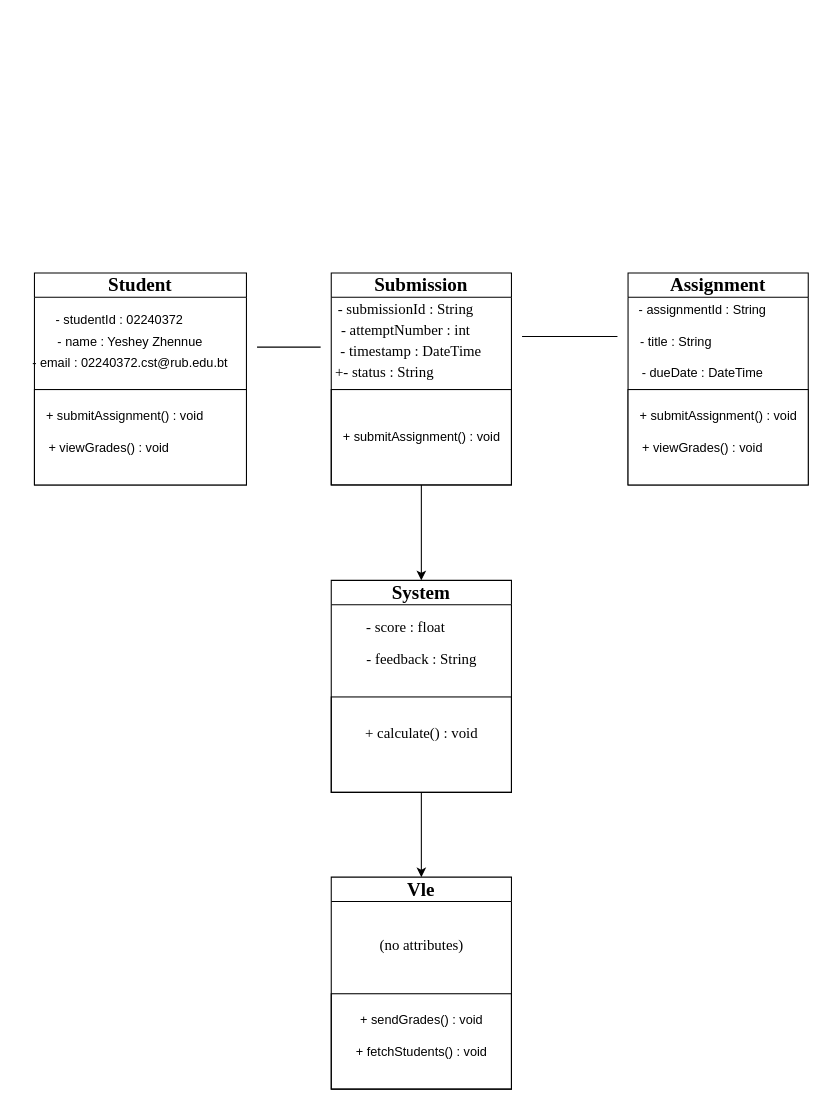
Before: practicals/practical_3/OD.drawio in Zhennue/SS2026_SDA202_02240372, a draw.io diagram. Source tidied: cells renumbered, new cells numbered last; positions are measured from the earlier drawing's top-left corner, leaving out a move shared by most shapes. Both pictures are drawn from the tidied source at 106%, with x=0, y=0 at pixel (18, 272).
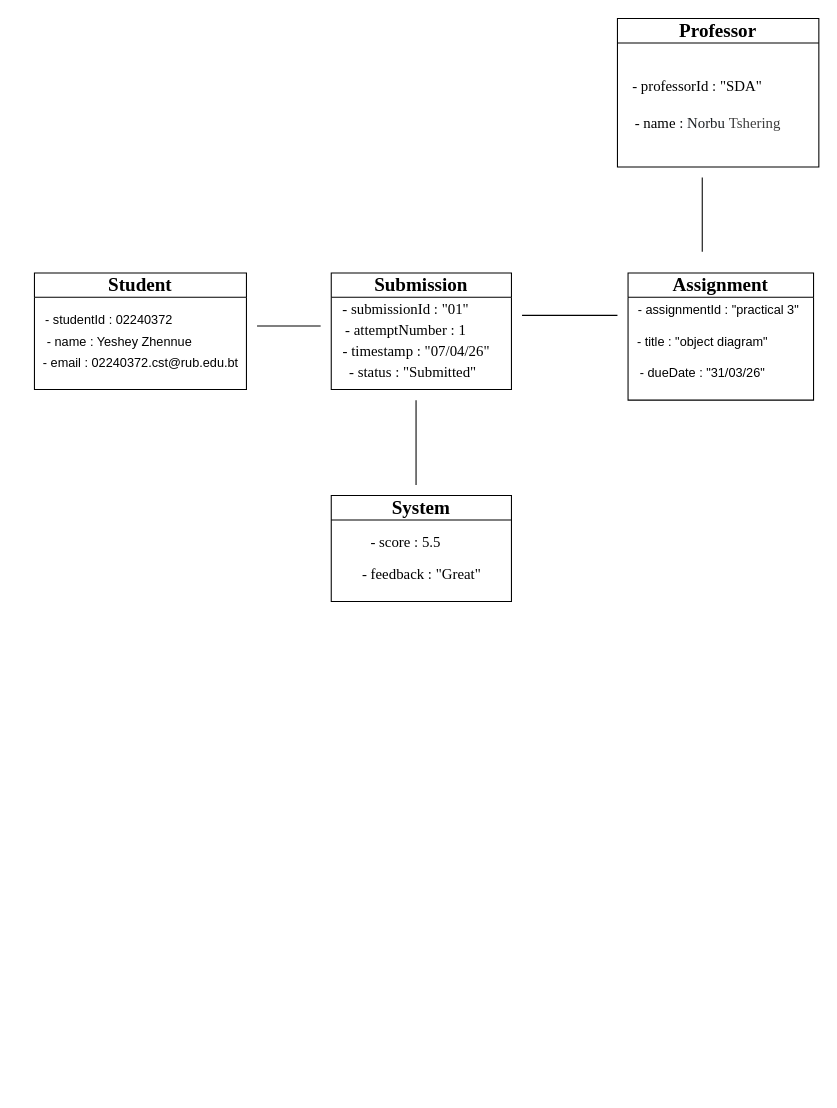
Above is the later version.

The change refers to these unchanged cells:
```xml
<mxCell id="6" style="group;" parent="1" vertex="1">
  <mxGeometry x="15" width="200" height="200" as="geometry" />
</mxCell>
<mxCell id="14" style="group;" parent="1" vertex="1">
  <mxGeometry x="295" width="170" height="200" as="geometry" />
</mxCell>
```

Change to the diagram source:
```diff
@@
     <mxCell id="2" style="endArrow=none;html=1;" parent="1" edge="1">
       <mxGeometry relative="1" as="geometry">
-        <mxPoint x="225" y="70" as="sourcePoint" />
-        <mxPoint x="285" y="70" as="targetPoint" />
+        <mxPoint x="225" y="50" as="sourcePoint" />
+        <mxPoint x="285" y="50" as="targetPoint" />
       </mxGeometry>
     </mxCell>
     <mxCell id="3" style="endArrow=none;html=1;" parent="1" edge="1">
       <mxGeometry relative="1" as="geometry">
-        <mxPoint x="475" y="60" as="sourcePoint" />
-        <mxPoint x="565" y="60" as="targetPoint" />
+        <mxPoint x="475" y="40" as="sourcePoint" />
+        <mxPoint x="565" y="40" as="targetPoint" />
       </mxGeometry>
     </mxCell>
-    <mxCell id="4" style="edgeStyle=none;html=1;entryX=0.5;entryY=0;entryDx=0;entryDy=0;" parent="1" edge="1" source="15" target="32">
-      <mxGeometry relative="1" as="geometry" />
-    </mxCell>
-    <mxCell id="5" style="edgeStyle=none;html=1;entryX=0.5;entryY=0;entryDx=0;entryDy=0;" parent="1" edge="1" source="32" target="38">
-      <mxGeometry relative="1" as="geometry" />
-    </mxCell>
@@
     <mxCell id="7" value="&lt;font style=&quot;font-size: 18px;&quot; face=&quot;Times New Roman&quot;&gt;Student&lt;/font&gt;" style="swimlane;whiteSpace=wrap;html=1;startSize=23;" parent="6" vertex="1">
-      <mxGeometry width="200" height="200" as="geometry" />
+      <mxGeometry width="200" height="110" as="geometry" />
     </mxCell>
     <mxCell id="8" value="- studentId : 02240372" style="text;html=1;align=center;verticalAlign=middle;strokeColor=none;fillColor=none;" parent="7" vertex="1">
-      <mxGeometry x="10" y="30" width="140" height="30" as="geometry" />
+      <mxGeometry y="30" width="140" height="30" as="geometry" />
     </mxCell>
     <mxCell id="9" value="- name : Yeshey Zhennue" style="text;html=1;align=center;verticalAlign=middle;strokeColor=none;fillColor=none;" parent="7" vertex="1">
-      <mxGeometry x="10" y="50" width="160" height="30" as="geometry" />
+      <mxGeometry y="50" width="160" height="30" as="geometry" />
     </mxCell>
     <mxCell id="10" value="- email : 02240372.cst@rub.edu.bt" style="text;html=1;align=center;verticalAlign=middle;strokeColor=none;fillColor=none;" parent="7" vertex="1">
-      <mxGeometry x="-15" y="70" width="210" height="30" as="geometry" />
+      <mxGeometry x="-5" y="70" width="210" height="30" as="geometry" />
     </mxCell>
-    <mxCell id="11" style="rounded=0;whiteSpace=wrap;html=1;" parent="6" vertex="1">
-      <mxGeometry y="110" width="200" height="90" as="geometry" />
-    </mxCell>
-    <mxCell id="12" value="+ submitAssignment() : void&lt;br&gt;&lt;font face=&quot;Times New Roman&quot; style=&quot;font-size: 14px;&quot;&gt;&lt;/font&gt;" style="text;html=1;align=center;verticalAlign=middle;strokeColor=none;fillColor=none;" parent="6" vertex="1">
-      <mxGeometry y="120" width="170" height="30" as="geometry" />
-    </mxCell>
-    <mxCell id="13" value="&lt;span style=&quot;color: rgb(0, 0, 0);&quot;&gt;+ viewGrades() : void&lt;/span&gt;" style="text;html=1;align=center;verticalAlign=middle;strokeColor=none;fillColor=none;" parent="6" vertex="1">
-      <mxGeometry y="150" width="140" height="30" as="geometry" />
-    </mxCell>
@@
-    <mxCell id="15" style="rounded=0;whiteSpace=wrap;html=1;" parent="14" vertex="1">
-      <mxGeometry y="110" width="170" height="90" as="geometry" />
-    </mxCell>
     <mxCell id="16" value="&lt;font style=&quot;font-size: 18px;&quot; face=&quot;Times New Roman&quot;&gt;Submission&lt;/font&gt;" style="swimlane;whiteSpace=wrap;html=1;startSize=23;" parent="14" vertex="1">
-      <mxGeometry width="170" height="200" as="geometry" />
+      <mxGeometry width="170" height="110" as="geometry" />
     </mxCell>
-    <mxCell id="17" value="&lt;font face=&quot;Times New Roman&quot; style=&quot;font-size: 14px;&quot;&gt;- submissionId : String&lt;/font&gt;" style="text;html=1;align=center;verticalAlign=middle;strokeColor=none;fillColor=none;" parent="16" vertex="1">
-      <mxGeometry x="-5" y="20" width="150" height="30" as="geometry" />
+    <mxCell id="17" value="&lt;font face=&quot;Times New Roman&quot; style=&quot;font-size: 14px;&quot;&gt;- submissionId : &quot;01&quot;&lt;/font&gt;" style="text;html=1;align=center;verticalAlign=middle;strokeColor=none;fillColor=none;" parent="16" vertex="1">
+      <mxGeometry y="20" width="140" height="30" as="geometry" />
     </mxCell>
-    <mxCell id="18" value="&lt;span style=&quot;color: rgb(0, 0, 0);&quot;&gt;&lt;font face=&quot;Times New Roman&quot; style=&quot;font-size: 14px;&quot;&gt;- attemptNumber : int&lt;/font&gt;&lt;/span&gt;" style="text;html=1;align=center;verticalAlign=middle;strokeColor=none;fillColor=none;" parent="16" vertex="1">
-      <mxGeometry x="-5" y="40" width="150" height="30" as="geometry" />
+    <mxCell id="18" value="&lt;span style=&quot;color: rgb(0, 0, 0);&quot;&gt;&lt;font face=&quot;Times New Roman&quot; style=&quot;font-size: 14px;&quot;&gt;- attemptNumber : 1&lt;/font&gt;&lt;/span&gt;" style="text;html=1;align=center;verticalAlign=middle;strokeColor=none;fillColor=none;" parent="16" vertex="1">
+      <mxGeometry y="40" width="140" height="30" as="geometry" />
     </mxCell>
-    <mxCell id="19" value="&lt;span style=&quot;color: rgb(0, 0, 0); scrollbar-color: rgb(226, 226, 226) rgb(251, 251, 251);&quot;&gt;&lt;font face=&quot;Times New Roman&quot; style=&quot;font-size: 14px;&quot;&gt;- timestamp : DateTime&lt;/font&gt;&lt;/span&gt;" style="text;html=1;align=center;verticalAlign=middle;strokeColor=none;fillColor=none;" parent="16" vertex="1">
-      <mxGeometry x="-5" y="60" width="160" height="30" as="geometry" />
+    <mxCell id="19" value="&lt;span style=&quot;color: rgb(0, 0, 0); scrollbar-color: rgb(226, 226, 226) rgb(251, 251, 251);&quot;&gt;&lt;font face=&quot;Times New Roman&quot; style=&quot;font-size: 14px;&quot;&gt;- timestamp : &quot;07/04/26&quot;&lt;/font&gt;&lt;/span&gt;" style="text;html=1;align=center;verticalAlign=middle;strokeColor=none;fillColor=none;" parent="16" vertex="1">
+      <mxGeometry y="60" width="160" height="30" as="geometry" />
     </mxCell>
-    <mxCell id="20" value="&lt;span style=&quot;color: rgb(0, 0, 0);&quot;&gt;&lt;font style=&quot;font-size: 14px;&quot; face=&quot;Times New Roman&quot;&gt;+- status : String&lt;/font&gt;&lt;/span&gt;" style="text;html=1;align=center;verticalAlign=middle;strokeColor=none;fillColor=none;" parent="16" vertex="1">
-      <mxGeometry x="-10" y="80" width="120" height="30" as="geometry" />
+    <mxCell id="20" value="&lt;span style=&quot;color: rgb(0, 0, 0);&quot;&gt;&lt;font style=&quot;font-size: 14px;&quot; face=&quot;Times New Roman&quot;&gt;&amp;nbsp;- status : &quot;Submitted&quot;&lt;/font&gt;&lt;/span&gt;" style="text;html=1;align=center;verticalAlign=middle;strokeColor=none;fillColor=none;" parent="16" vertex="1">
+      <mxGeometry y="80" width="150" height="30" as="geometry" />
     </mxCell>
-    <mxCell id="21" value="+ submitAssignment() : void&lt;br&gt;&lt;font face=&quot;Times New Roman&quot; style=&quot;font-size: 14px;&quot;&gt;&lt;/font&gt;" style="text;html=1;align=center;verticalAlign=middle;strokeColor=none;fillColor=none;" parent="16" vertex="1">
-      <mxGeometry y="140" width="170" height="30" as="geometry" />
-    </mxCell>
+    <mxCell id="42" style="endArrow=none;html=1;" parent="14" edge="1">
+      <mxGeometry relative="1" as="geometry">
+        <mxPoint x="80" y="200" as="sourcePoint" />
+        <mxPoint x="80" y="120" as="targetPoint" />
+      </mxGeometry>
+    </mxCell>
     <mxCell id="22" style="group;" parent="1" vertex="1">
-      <mxGeometry x="575" width="170" height="200" as="geometry" />
+      <mxGeometry x="575" width="175" height="200" as="geometry" />
     </mxCell>
     <mxCell id="23" value="&lt;font style=&quot;font-size: 18px;&quot; face=&quot;Times New Roman&quot;&gt;Assignment&lt;/font&gt;" style="swimlane;whiteSpace=wrap;html=1;startSize=23;" parent="22" vertex="1">
-      <mxGeometry width="170" height="200" as="geometry" />
+      <mxGeometry width="175" height="120" as="geometry" />
     </mxCell>
-    <mxCell id="24" value="- assignmentId : String" style="text;html=1;align=center;verticalAlign=middle;strokeColor=none;fillColor=none;" parent="23" vertex="1">
-      <mxGeometry y="20" width="140" height="30" as="geometry" />
+    <mxCell id="24" value="- assignmentId : &quot;practical 3&quot;" style="text;html=1;align=center;verticalAlign=middle;strokeColor=none;fillColor=none;" parent="23" vertex="1">
+      <mxGeometry x="-5" y="20" width="180" height="30" as="geometry" />
     </mxCell>
-    <mxCell id="25" value="&lt;span style=&quot;color: rgb(0, 0, 0);&quot;&gt;- title : String&lt;/span&gt;" style="text;html=1;align=center;verticalAlign=middle;strokeColor=none;fillColor=none;" parent="23" vertex="1">
-      <mxGeometry y="50" width="90" height="30" as="geometry" />
+    <mxCell id="25" value="&lt;span style=&quot;color: rgb(0, 0, 0);&quot;&gt;- title : &quot;object diagram&quot;&lt;/span&gt;" style="text;html=1;align=center;verticalAlign=middle;strokeColor=none;fillColor=none;" parent="23" vertex="1">
+      <mxGeometry x="-5" y="50" width="150" height="30" as="geometry" />
     </mxCell>
-    <mxCell id="26" value="&lt;span style=&quot;color: rgb(0, 0, 0);&quot;&gt;- dueDate : DateTime&lt;/span&gt;" style="text;html=1;align=center;verticalAlign=middle;strokeColor=none;fillColor=none;" parent="23" vertex="1">
+    <mxCell id="26" value="&lt;span style=&quot;color: rgb(0, 0, 0);&quot;&gt;- dueDate : &quot;31/03/26&quot;&lt;/span&gt;" style="text;html=1;align=center;verticalAlign=middle;strokeColor=none;fillColor=none;" parent="23" vertex="1">
       <mxGeometry y="80" width="140" height="30" as="geometry" />
     </mxCell>
-    <mxCell id="27" style="rounded=0;whiteSpace=wrap;html=1;" parent="22" vertex="1">
-      <mxGeometry y="110" width="170" height="90" as="geometry" />
-    </mxCell>
-    <mxCell id="28" value="+ submitAssignment() : void&lt;br&gt;&lt;font face=&quot;Times New Roman&quot; style=&quot;font-size: 14px;&quot;&gt;&lt;/font&gt;" style="text;html=1;align=center;verticalAlign=middle;strokeColor=none;fillColor=none;" parent="22" vertex="1">
-      <mxGeometry y="120" width="170" height="30" as="geometry" />
-    </mxCell>
-    <mxCell id="29" value="&lt;span style=&quot;color: rgb(0, 0, 0);&quot;&gt;+ viewGrades() : void&lt;/span&gt;" style="text;html=1;align=center;verticalAlign=middle;strokeColor=none;fillColor=none;" parent="22" vertex="1">
-      <mxGeometry y="150" width="140" height="30" as="geometry" />
-    </mxCell>
     <mxCell id="30" style="group;" parent="1" vertex="1">
-      <mxGeometry x="295" y="290" width="170" height="200" as="geometry" />
+      <mxGeometry x="295" y="210" width="170" height="200" as="geometry" />
     </mxCell>
-    <mxCell id="31" style="rounded=0;whiteSpace=wrap;html=1;" parent="30" vertex="1">
-      <mxGeometry y="110" width="170" height="90" as="geometry" />
-    </mxCell>
     <mxCell id="32" value="&lt;font style=&quot;font-size: 18px;&quot; face=&quot;Times New Roman&quot;&gt;System&lt;/font&gt;" style="swimlane;whiteSpace=wrap;html=1;startSize=23;" parent="30" vertex="1">
-      <mxGeometry width="170" height="200" as="geometry" />
+      <mxGeometry width="170" height="100" as="geometry" />
     </mxCell>
-    <mxCell id="33" value="&lt;font face=&quot;Times New Roman&quot; style=&quot;font-size: 14px;&quot;&gt;- score : float&lt;/font&gt;" style="text;html=1;align=center;verticalAlign=middle;strokeColor=none;fillColor=none;" parent="32" vertex="1">
-      <mxGeometry x="20" y="30" width="100" height="30" as="geometry" />
+    <mxCell id="33" value="&lt;font face=&quot;Times New Roman&quot; style=&quot;font-size: 14px;&quot;&gt;- score : 5.5&lt;/font&gt;" style="text;html=1;align=center;verticalAlign=middle;strokeColor=none;fillColor=none;" parent="32" vertex="1">
+      <mxGeometry x="25" y="30" width="90" height="30" as="geometry" />
     </mxCell>
-    <mxCell id="34" value="&lt;span style=&quot;color: rgb(0, 0, 0);&quot;&gt;&lt;font face=&quot;Times New Roman&quot; style=&quot;font-size: 14px;&quot;&gt;- feedback : String&lt;/font&gt;&lt;/span&gt;" style="text;html=1;align=center;verticalAlign=middle;strokeColor=none;fillColor=none;" parent="32" vertex="1">
-      <mxGeometry x="20" y="60" width="130" height="30" as="geometry" />
+    <mxCell id="34" value="&lt;span style=&quot;color: rgb(0, 0, 0);&quot;&gt;&lt;font face=&quot;Times New Roman&quot; style=&quot;font-size: 14px;&quot;&gt;- feedback : &quot;Great&quot;&lt;/font&gt;&lt;/span&gt;" style="text;html=1;align=center;verticalAlign=middle;strokeColor=none;fillColor=none;" parent="32" vertex="1">
+      <mxGeometry x="15" y="60" width="140" height="30" as="geometry" />
     </mxCell>
-    <mxCell id="35" value="&lt;font face=&quot;Times New Roman&quot; style=&quot;font-size: 14px;&quot;&gt;+ calculate() : void&lt;/font&gt;&lt;br&gt;&lt;font face=&quot;Times New Roman&quot; style=&quot;font-size: 14px;&quot;&gt;&lt;/font&gt;" style="text;html=1;align=center;verticalAlign=middle;strokeColor=none;fillColor=none;" parent="30" vertex="1">
-      <mxGeometry x="20" y="130" width="130" height="30" as="geometry" />
-    </mxCell>
-    <mxCell id="36" style="group;" parent="1" vertex="1">
-      <mxGeometry x="295" y="570" width="170" height="200" as="geometry" />
-    </mxCell>
-    <mxCell id="37" style="rounded=0;whiteSpace=wrap;html=1;" parent="36" vertex="1">
-      <mxGeometry y="110" width="170" height="90" as="geometry" />
-    </mxCell>
-    <mxCell id="38" value="&lt;font style=&quot;font-size: 18px;&quot; face=&quot;Times New Roman&quot;&gt;Vle&lt;/font&gt;" style="swimlane;whiteSpace=wrap;html=1;startSize=23;" parent="36" vertex="1">
-      <mxGeometry width="170" height="200" as="geometry" />
-    </mxCell>
-    <mxCell id="39" value="&lt;font face=&quot;Times New Roman&quot; style=&quot;font-size: 14px;&quot;&gt;(no attributes)&lt;/font&gt;" style="text;html=1;align=center;verticalAlign=middle;strokeColor=none;fillColor=none;" parent="38" vertex="1">
-      <mxGeometry x="35" y="50" width="100" height="30" as="geometry" />
-    </mxCell>
-    <mxCell id="40" value="&lt;span style=&quot;color: rgb(0, 0, 0);&quot;&gt;+ fetchStudents() : void&lt;/span&gt;&lt;font face=&quot;Times New Roman&quot; style=&quot;font-size: 14px;&quot;&gt;&lt;/font&gt;" style="text;html=1;align=center;verticalAlign=middle;strokeColor=none;fillColor=none;" parent="38" vertex="1">
-      <mxGeometry x="10" y="150" width="150" height="30" as="geometry" />
-    </mxCell>
-    <mxCell id="41" value="+ sendGrades() : void&lt;br&gt;&lt;font face=&quot;Times New Roman&quot; style=&quot;font-size: 14px;&quot;&gt;&lt;/font&gt;" style="text;html=1;align=center;verticalAlign=middle;strokeColor=none;fillColor=none;" parent="36" vertex="1">
-      <mxGeometry x="15" y="120" width="140" height="30" as="geometry" />
-    </mxCell>
+    <mxCell id="43" value="&lt;font style=&quot;font-size: 18px;&quot; face=&quot;Times New Roman&quot;&gt;Professor&lt;/font&gt;" style="swimlane;whiteSpace=wrap;html=1;startSize=23;" parent="1" vertex="1">
+      <mxGeometry x="565" y="-240" width="190" height="140" as="geometry" />
+    </mxCell>
+    <mxCell id="44" value="&lt;font face=&quot;Times New Roman&quot; style=&quot;font-size: 14px;&quot;&gt;- professorId : &quot;SDA&quot;&lt;/font&gt;" style="text;html=1;align=center;verticalAlign=middle;strokeColor=none;fillColor=none;" parent="43" vertex="1">
+      <mxGeometry y="50" width="150" height="30" as="geometry" />
+    </mxCell>
+    <mxCell id="45" value="&lt;font style=&quot;font-size: 14px;&quot; face=&quot;Times New Roman&quot;&gt;- name :&amp;nbsp;&lt;span style=&quot;box-sizing: border-box; color: rgb(29, 33, 37); text-align: left; text-wrap-mode: wrap; background-color: rgb(255, 255, 255);&quot; id=&quot;yui_3_18_1_1_1775499563112_94&quot;&gt;&lt;font style=&quot;&quot;&gt;Norbu&amp;nbsp;&lt;/font&gt;&lt;/span&gt;&lt;/font&gt;&lt;span style=&quot;color: rgb(63, 63, 63); background-color: light-dark(rgb(255, 255, 255), rgb(18, 18, 18)); text-align: left; text-wrap-mode: wrap; font-size: 14px; font-family: &amp;quot;Times New Roman&amp;quot;;&quot;&gt;Tshering&lt;/span&gt;" style="text;html=1;align=center;verticalAlign=middle;strokeColor=none;fillColor=none;" parent="43" vertex="1">
+      <mxGeometry x="5" y="85" width="160" height="30" as="geometry" />
+    </mxCell>
+    <mxCell id="46" style="endArrow=none;html=1;" parent="1" edge="1">
+      <mxGeometry relative="1" as="geometry">
+        <mxPoint x="645" y="-20" as="sourcePoint" />
+        <mxPoint x="645" y="-90" as="targetPoint" />
+      </mxGeometry>
+    </mxCell>
```
